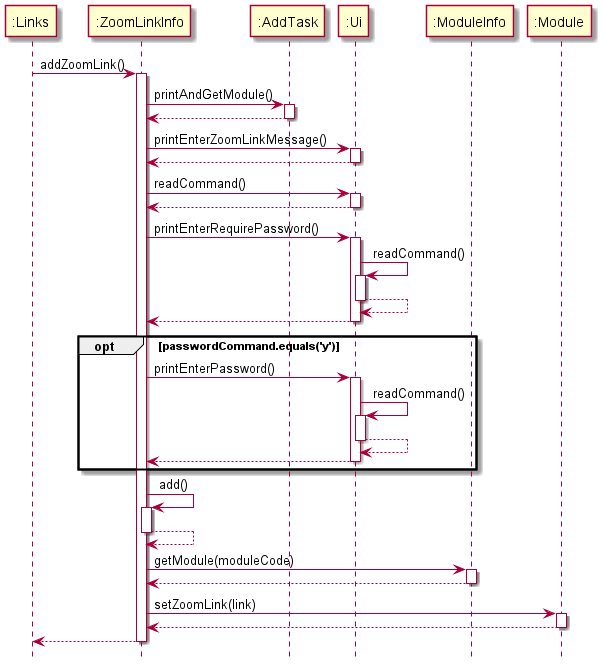
This is docs/diagrams/links/addZoomLink.png from nus-cs2113-AY2021S2/tp, a PlantUML export, as it was before one commit.
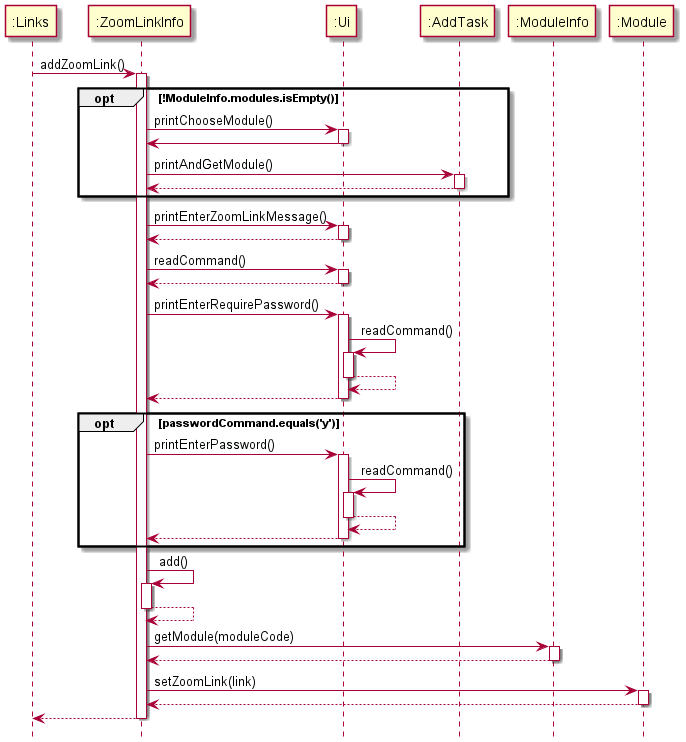
Later version of the same file.

Commit message:
update dg diagram in addZoomLink

Change to the diagram source:
```diff
@@ -3,10 +3,17 @@
 
 ":Links" -> ":ZoomLinkInfo" : addZoomLink()
 activate ":ZoomLinkInfo"
+
+opt !ModuleInfo.modules.isEmpty()
+":ZoomLinkInfo" -> ":Ui" : printChooseModule()
+activate ":Ui"
+":Ui" -> ":ZoomLinkInfo"
+deactivate ":Ui"
 ":ZoomLinkInfo" -> ":AddTask" : printAndGetModule()
 activate ":AddTask"
 ":AddTask" --> ":ZoomLinkInfo"
 deactivate ":AddTask"
+end
 ":ZoomLinkInfo" -> ":Ui" : printEnterZoomLinkMessage()
 activate ":Ui"
 ":Ui" --> ":ZoomLinkInfo"
```
